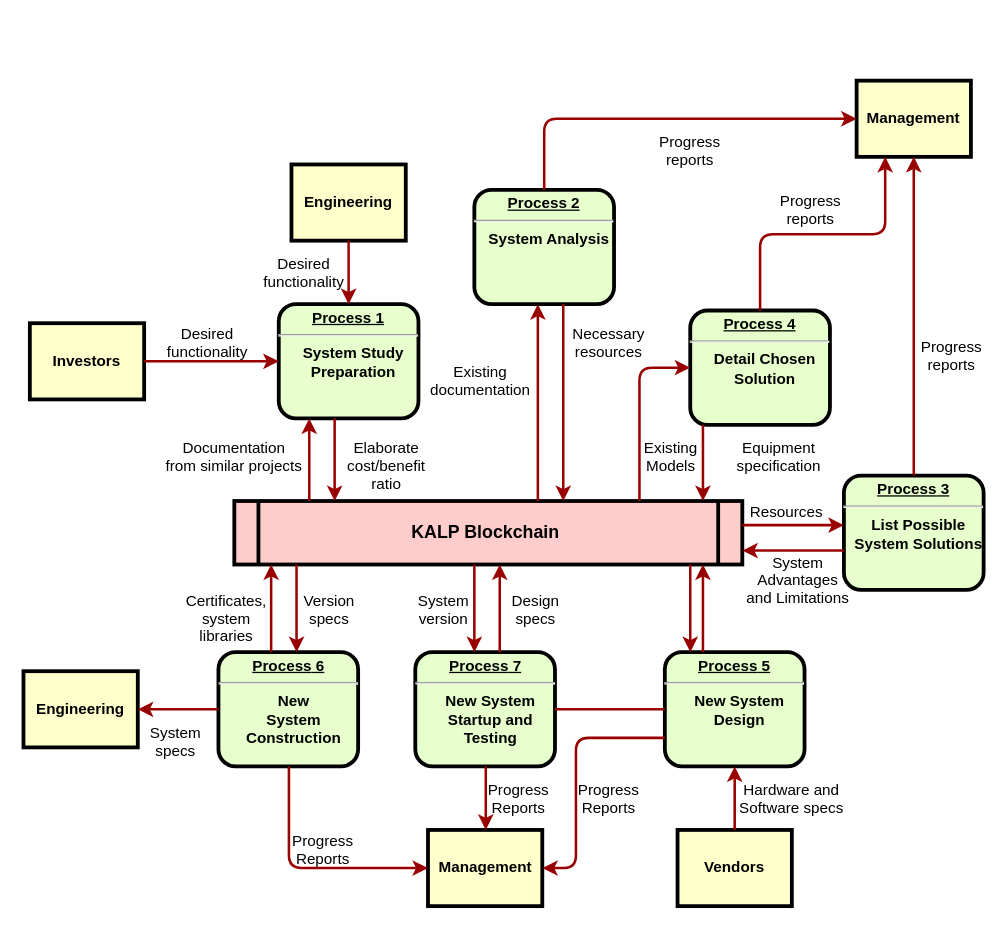
Earlier version of the draw.io diagram Untitled Diagram.drawio (gauravtwr/Kalp). Source tidied: cells renumbered, new cells numbered last; positions are measured from the earlier drawing's top-left corner, leaving out a move shared by most shapes. Both pictures are drawn from the tidied source at 127%, with x=0, y=0 at pixel (23, 80).
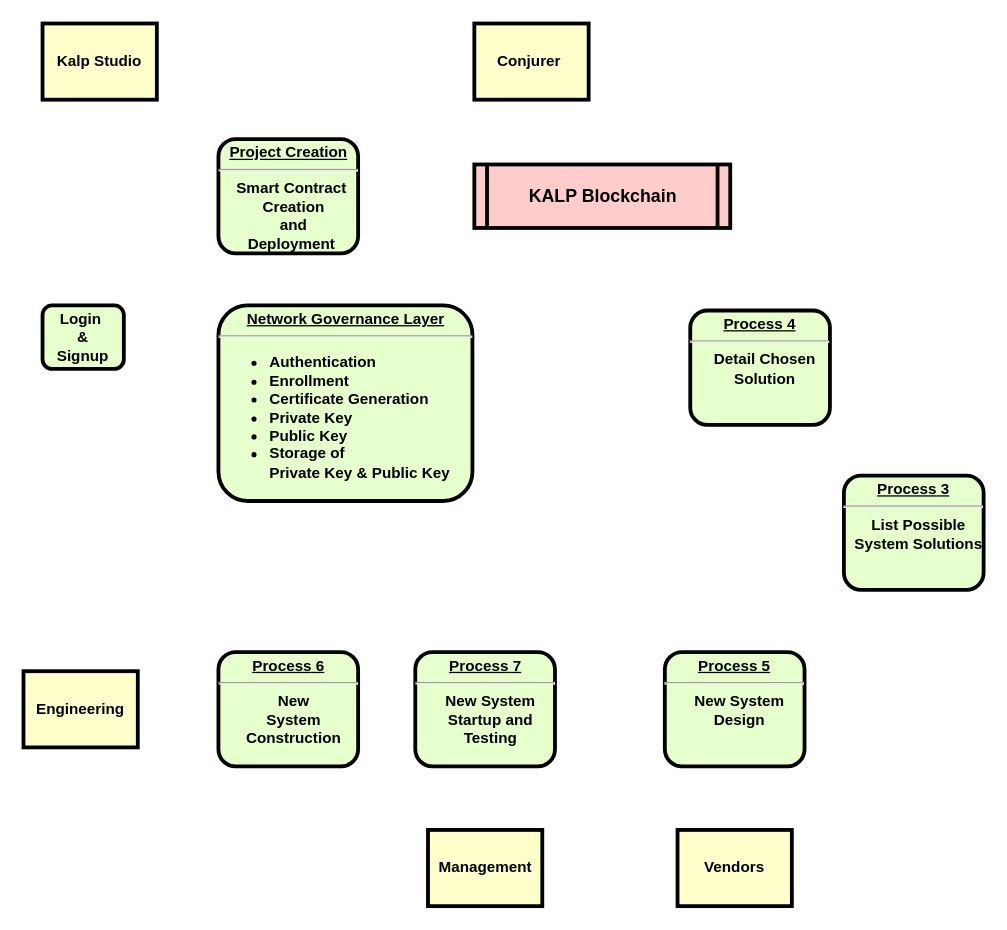
The same page after the edit.

The change refers to these unchanged cells:
```xml
<mxCell id="7" value="&lt;p style=&quot;margin: 0px; margin-top: 4px; text-align: center; text-decoration: underline;&quot;&gt;&lt;strong&gt;&lt;strong&gt;Process&lt;/strong&gt; 3&lt;br /&gt;&lt;/strong&gt;&lt;/p&gt;&lt;hr /&gt;&lt;p style=&quot;margin: 0px; margin-left: 8px;&quot;&gt;List Possible&lt;/p&gt;&lt;p style=&quot;margin: 0px; margin-left: 8px;&quot;&gt;System Solutions&lt;/p&gt;" style="verticalAlign=middle;align=center;overflow=fill;fontSize=12;fontFamily=Helvetica;html=1;rounded=1;fontStyle=1;strokeWidth=3;fillColor=#E6FFCC;" parent="1" vertex="1">
  <mxGeometry x="646" y="311" width="110" height="90" as="geometry" />
</mxCell>
<mxCell id="8" value="&lt;p style=&quot;margin: 0px; margin-top: 4px; text-align: center; text-decoration: underline;&quot;&gt;&lt;strong&gt;&lt;strong&gt;Process&lt;/strong&gt; 4&lt;br /&gt;&lt;/strong&gt;&lt;/p&gt;&lt;hr /&gt;&lt;p style=&quot;margin: 0px; margin-left: 8px;&quot;&gt;Detail Chosen&lt;/p&gt;&lt;p style=&quot;margin: 0px; margin-left: 8px;&quot;&gt;Solution&lt;/p&gt;" style="verticalAlign=middle;align=center;overflow=fill;fontSize=12;fontFamily=Helvetica;html=1;rounded=1;fontStyle=1;strokeWidth=3;fillColor=#E6FFCC;" parent="1" vertex="1">
  <mxGeometry x="525" y="181" width="110" height="90" as="geometry" />
</mxCell>
<mxCell id="9" value="&lt;p style=&quot;margin: 0px; margin-top: 4px; text-align: center; text-decoration: underline;&quot;&gt;&lt;strong&gt;&lt;strong&gt;Process&lt;/strong&gt; 5&lt;br /&gt;&lt;/strong&gt;&lt;/p&gt;&lt;hr /&gt;&lt;p style=&quot;margin: 0px; margin-left: 8px;&quot;&gt;New System&lt;/p&gt;&lt;p style=&quot;margin: 0px; margin-left: 8px;&quot;&gt;Design&lt;/p&gt;" style="verticalAlign=middle;align=center;overflow=fill;fontSize=12;fontFamily=Helvetica;html=1;rounded=1;fontStyle=1;strokeWidth=3;fillColor=#E6FFCC;" parent="1" vertex="1">
  <mxGeometry x="505" y="450" width="110" height="90" as="geometry" />
</mxCell>
<mxCell id="10" value="&lt;p style=&quot;margin: 0px; margin-top: 4px; text-align: center; text-decoration: underline;&quot;&gt;&lt;strong&gt;&lt;strong&gt;Process&lt;/strong&gt; 6&lt;br /&gt;&lt;/strong&gt;&lt;/p&gt;&lt;hr /&gt;&lt;p style=&quot;margin: 0px; margin-left: 8px;&quot;&gt;New&lt;/p&gt;&lt;p style=&quot;margin: 0px; margin-left: 8px;&quot;&gt;System&lt;/p&gt;&lt;p style=&quot;margin: 0px; margin-left: 8px;&quot;&gt;Construction&lt;/p&gt;" style="verticalAlign=middle;align=center;overflow=fill;fontSize=12;fontFamily=Helvetica;html=1;rounded=1;fontStyle=1;strokeWidth=3;fillColor=#E6FFCC;" parent="1" vertex="1">
  <mxGeometry x="153.5" y="450" width="110" height="90" as="geometry" />
</mxCell>
<mxCell id="12" value="Management" style="whiteSpace=wrap;align=center;verticalAlign=middle;fontStyle=1;strokeWidth=3;fillColor=#FFFFCC;" parent="1" vertex="1">
  <mxGeometry x="318.5" y="590" width="90" height="60" as="geometry" />
</mxCell>
<mxCell id="13" value="Engineering" style="whiteSpace=wrap;align=center;verticalAlign=middle;fontStyle=1;strokeWidth=3;fillColor=#FFFFCC;" parent="1" vertex="1">
  <mxGeometry y="465" width="90" height="60" as="geometry" />
</mxCell>
<mxCell id="14" value="Vendors" style="whiteSpace=wrap;align=center;verticalAlign=middle;fontStyle=1;strokeWidth=3;fillColor=#FFFFCC;" parent="1" vertex="1">
  <mxGeometry x="515" y="590" width="90" height="60" as="geometry" />
</mxCell>
<mxCell id="17" value="&lt;p style=&quot;margin: 0px; margin-top: 4px; text-align: center; text-decoration: underline;&quot;&gt;&lt;strong&gt;&lt;strong&gt;Process&lt;/strong&gt; 7&lt;br /&gt;&lt;/strong&gt;&lt;/p&gt;&lt;hr /&gt;&lt;p style=&quot;margin: 0px; margin-left: 8px;&quot;&gt;New System&lt;/p&gt;&lt;p style=&quot;margin: 0px; margin-left: 8px;&quot;&gt;Startup and&lt;/p&gt;&lt;p style=&quot;margin: 0px; margin-left: 8px;&quot;&gt;Testing&lt;/p&gt;" style="verticalAlign=middle;align=center;overflow=fill;fontSize=12;fontFamily=Helvetica;html=1;rounded=1;fontStyle=1;strokeWidth=3;fillColor=#E6FFCC;" parent="1" vertex="1">
  <mxGeometry x="308.5" y="450" width="110" height="90" as="geometry" />
</mxCell>
```

The edit, as a diff of the source:
```diff
@@
-    <mxCell id="2" value="&lt;p style=&quot;margin: 0px; margin-top: 4px; text-align: center; text-decoration: underline;&quot;&gt;&lt;strong&gt;Process 1&lt;br /&gt;&lt;/strong&gt;&lt;/p&gt;&lt;hr /&gt;&lt;p style=&quot;margin: 0px; margin-left: 8px;&quot;&gt;System Study&lt;/p&gt;&lt;p style=&quot;margin: 0px; margin-left: 8px;&quot;&gt;Preparation&lt;/p&gt;" style="verticalAlign=middle;align=center;overflow=fill;fontSize=12;fontFamily=Helvetica;html=1;rounded=1;fontStyle=1;strokeWidth=3;fillColor=#E6FFCC;" parent="1" vertex="1">
-      <mxGeometry x="201" y="176" width="110" height="90" as="geometry" />
+    <mxCell id="2" value="&lt;p style=&quot;margin: 4px 0px 0px;&quot;&gt;&lt;/p&gt;&lt;div style=&quot;&quot;&gt;&lt;span style=&quot;background-color: initial;&quot;&gt;&lt;font style=&quot;font-size: 12px;&quot;&gt;Login&amp;nbsp;&lt;/font&gt;&lt;/span&gt;&lt;/div&gt;&lt;div style=&quot;&quot;&gt;&lt;span style=&quot;background-color: initial;&quot;&gt;&lt;font style=&quot;font-size: 12px;&quot;&gt;&amp;amp;&lt;br&gt;&lt;/font&gt;&lt;/span&gt;&lt;/div&gt;&lt;div style=&quot;&quot;&gt;&lt;span style=&quot;background-color: initial;&quot;&gt;&lt;font style=&quot;font-size: 12px;&quot;&gt;Signup&lt;/font&gt;&lt;/span&gt;&lt;/div&gt;&lt;p&gt;&lt;/p&gt;" style="verticalAlign=middle;align=center;overflow=fill;fontSize=12;fontFamily=Helvetica;html=1;rounded=1;fontStyle=1;strokeWidth=3;fillColor=#E6FFCC;arcSize=15;" parent="1" vertex="1">
+      <mxGeometry x="15" y="177" width="64" height="50" as="geometry" />
     </mxCell>
-    <mxCell id="3" value="Engineering" style="whiteSpace=wrap;align=center;verticalAlign=middle;fontStyle=1;strokeWidth=3;fillColor=#FFFFCC;" parent="1" vertex="1">
-      <mxGeometry x="211" y="66" width="90" height="60" as="geometry" />
-    </mxCell>
-    <mxCell id="4" value="Investors" style="whiteSpace=wrap;align=center;verticalAlign=middle;fontStyle=1;strokeWidth=3;fillColor=#FFFFCC;" parent="1" vertex="1">
-      <mxGeometry x="5" y="191" width="90" height="60" as="geometry" />
+    <mxCell id="4" value="Kalp Studio" style="whiteSpace=wrap;align=center;verticalAlign=middle;fontStyle=1;strokeWidth=3;fillColor=#FFFFCC;" parent="1" vertex="1">
+      <mxGeometry x="15" y="-45" width="90" height="60" as="geometry" />
     </mxCell>
-    <mxCell id="5" value="KALP Blockchain " style="shape=process;whiteSpace=wrap;align=center;verticalAlign=middle;size=0.0475;fontStyle=1;strokeWidth=3;fillColor=#FFCCCC;fontSize=14;" parent="1" vertex="1">
-      <mxGeometry x="166" y="331" width="400" height="50" as="geometry" />
+    <mxCell id="5" value="KALP Blockchain" style="shape=process;whiteSpace=wrap;align=center;verticalAlign=middle;size=0.0475;fontStyle=1;strokeWidth=3;fillColor=#FFCCCC;fontSize=14;" parent="1" vertex="1">
+      <mxGeometry x="355" y="66" width="201.5" height="50" as="geometry" />
     </mxCell>
-    <mxCell id="6" value="&lt;p style=&quot;margin: 0px; margin-top: 4px; text-align: center; text-decoration: underline;&quot;&gt;&lt;strong&gt;Process 2&lt;br /&gt;&lt;/strong&gt;&lt;/p&gt;&lt;hr /&gt;&lt;p style=&quot;margin: 0px; margin-left: 8px;&quot;&gt;System Analysis&lt;/p&gt;" style="verticalAlign=middle;align=center;overflow=fill;fontSize=12;fontFamily=Helvetica;html=1;rounded=1;fontStyle=1;strokeWidth=3;fillColor=#E6FFCC;" parent="1" vertex="1">
-      <mxGeometry x="355" y="86" width="110" height="90" as="geometry" />
+    <mxCell id="6" value="&lt;p style=&quot;margin: 4px 0px 0px; text-decoration: underline;&quot;&gt;&lt;strong&gt;Network Governance Layer&lt;br&gt;&lt;/strong&gt;&lt;/p&gt;&lt;hr&gt;&lt;p style=&quot;margin: 0px 0px 0px 8px;&quot;&gt;&lt;/p&gt;&lt;ul&gt;&lt;li style=&quot;text-align: left;&quot;&gt;Authentication&lt;/li&gt;&lt;li style=&quot;text-align: left;&quot;&gt;Enrollment&amp;nbsp;&lt;/li&gt;&lt;li style=&quot;text-align: left;&quot;&gt;Certificate Generation&lt;/li&gt;&lt;li style=&quot;text-align: left;&quot;&gt;&lt;span style=&quot;background-color: initial;&quot;&gt;Private Key&amp;nbsp;&lt;/span&gt;&lt;/li&gt;&lt;li style=&quot;text-align: left;&quot;&gt;&lt;span style=&quot;background-color: initial;&quot;&gt;Public Key&amp;nbsp;&lt;/span&gt;&lt;/li&gt;&lt;li&gt;&lt;div style=&quot;text-align: left;&quot;&gt;&lt;span style=&quot;background-color: initial;&quot;&gt;Storage of&amp;nbsp;&lt;/span&gt;&lt;/div&gt;&lt;div style=&quot;text-align: left;&quot;&gt;&lt;span style=&quot;background-color: initial;&quot;&gt;Private Key &amp;amp; Public Key&amp;nbsp;&lt;/span&gt;&lt;/div&gt;&lt;/li&gt;&lt;/ul&gt;&lt;p&gt;&lt;/p&gt;" style="verticalAlign=middle;align=center;overflow=fill;fontSize=12;fontFamily=Helvetica;html=1;rounded=1;fontStyle=1;strokeWidth=3;fillColor=#E6FFCC;" parent="1" vertex="1">
+      <mxGeometry x="153.5" y="177" width="200" height="154" as="geometry" />
     </mxCell>
@@
-    <mxCell id="11" value="Management" style="whiteSpace=wrap;align=center;verticalAlign=middle;fontStyle=1;strokeWidth=3;fillColor=#FFFFCC;" parent="1" vertex="1">
-      <mxGeometry x="656" width="90" height="60" as="geometry" />
+    <mxCell id="11" value="Conjurer " style="whiteSpace=wrap;align=center;verticalAlign=middle;fontStyle=1;strokeWidth=3;fillColor=#FFFFCC;" parent="1" vertex="1">
+      <mxGeometry x="355" y="-45" width="90" height="60" as="geometry" />
     </mxCell>
@@
-    <mxCell id="15" style="edgeStyle=none;noEdgeStyle=1;strokeColor=#990000;strokeWidth=2;" parent="1" edge="1" source="3" target="2">
-      <mxGeometry relative="1" as="geometry" />
-    </mxCell>
-    <mxCell id="16" style="edgeStyle=none;noEdgeStyle=1;strokeColor=#990000;strokeWidth=2;" parent="1" edge="1" source="4" target="2">
-      <mxGeometry relative="1" as="geometry" />
-    </mxCell>
@@
-    <mxCell id="18" style="endArrow=none;noEdgeStyle=1;strokeColor=#990000;strokeWidth=2;" parent="1" edge="1" source="9" target="17">
-      <mxGeometry relative="1" as="geometry" />
-    </mxCell>
-    <mxCell id="19" value="Desired &#10;functionality" style="text;spacingTop=-5;align=center;" parent="1" vertex="1">
-      <mxGeometry x="130" y="191" width="30" height="20" as="geometry" />
-    </mxCell>
-    <mxCell id="20" value="Desired &#10;functionality" style="text;spacingTop=-5;align=center;" parent="1" vertex="1">
-      <mxGeometry x="206" y="136" width="30" height="20" as="geometry" />
-    </mxCell>
-    <mxCell id="21" value="Documentation&#10;from similar projects" style="text;spacingTop=-5;align=center;" parent="1" vertex="1">
-      <mxGeometry x="151" y="281" width="30" height="20" as="geometry" />
-    </mxCell>
-    <mxCell id="22" style="edgeStyle=elbowEdgeStyle;elbow=horizontal;strokeColor=#990000;strokeWidth=2;" parent="1" edge="1" source="5" target="2">
-      <mxGeometry relative="1" as="geometry">
-        <Array as="points">
-          <mxPoint x="225" y="310" />
-        </Array>
-      </mxGeometry>
-    </mxCell>
-    <mxCell id="23" style="edgeStyle=elbowEdgeStyle;elbow=horizontal;strokeColor=#990000;strokeWidth=2;" parent="1" edge="1" source="2" target="5">
-      <mxGeometry relative="1" as="geometry">
-        <Array as="points">
-          <mxPoint x="245" y="300" />
-        </Array>
-      </mxGeometry>
-    </mxCell>
-    <mxCell id="24" value="Elaborate&#10;cost/benefit&#10;ratio" style="text;spacingTop=-5;align=center;" parent="1" vertex="1">
-      <mxGeometry x="271" y="281" width="30" height="20" as="geometry" />
-    </mxCell>
-    <mxCell id="25" style="edgeStyle=elbowEdgeStyle;elbow=horizontal;strokeColor=#990000;strokeWidth=2;" parent="1" edge="1" source="5" target="6">
-      <mxGeometry relative="1" as="geometry">
-        <Array as="points">
-          <mxPoint x="405" y="250" />
-        </Array>
-      </mxGeometry>
-    </mxCell>
-    <mxCell id="26" style="edgeStyle=elbowEdgeStyle;elbow=horizontal;strokeColor=#990000;strokeWidth=2;" parent="1" edge="1" source="6" target="5">
-      <mxGeometry relative="1" as="geometry">
-        <Array as="points">
-          <mxPoint x="425" y="260" />
-        </Array>
-      </mxGeometry>
-    </mxCell>
-    <mxCell id="27" value="Existing&#10;documentation" style="text;spacingTop=-5;align=center;" parent="1" vertex="1">
-      <mxGeometry x="345" y="221" width="30" height="20" as="geometry" />
-    </mxCell>
-    <mxCell id="28" value="Necessary&#10;resources" style="text;spacingTop=-5;align=center;" parent="1" vertex="1">
-      <mxGeometry x="446" y="191" width="30" height="20" as="geometry" />
-    </mxCell>
-    <mxCell id="29" value="Progress&#10;reports" style="text;spacingTop=-5;align=center;" parent="1" vertex="1">
-      <mxGeometry x="510" y="40" width="30" height="20" as="geometry" />
-    </mxCell>
-    <mxCell id="30" value="Progress&#10;reports" style="text;spacingTop=-5;align=center;" parent="1" vertex="1">
-      <mxGeometry x="605" y="86" width="30" height="20" as="geometry" />
-    </mxCell>
-    <mxCell id="31" value="Progress&#10;reports" style="text;spacingTop=-5;align=center;" parent="1" vertex="1">
-      <mxGeometry x="716" y="201" width="30" height="20" as="geometry" />
-    </mxCell>
-    <mxCell id="32" style="edgeStyle=elbowEdgeStyle;elbow=horizontal;strokeColor=#990000;strokeWidth=2;" parent="1" edge="1" source="6" target="11">
-      <mxGeometry relative="1" as="geometry">
-        <Array as="points">
-          <mxPoint x="410" y="80" />
-        </Array>
-      </mxGeometry>
-    </mxCell>
-    <mxCell id="33" style="edgeStyle=elbowEdgeStyle;elbow=vertical;entryX=0.25;entryY=1;strokeColor=#990000;strokeWidth=2;" parent="1" edge="1" source="8" target="11">
-      <mxGeometry relative="1" as="geometry" />
-    </mxCell>
-    <mxCell id="34" style="edgeStyle=elbowEdgeStyle;elbow=horizontal;strokeColor=#990000;strokeWidth=2;" parent="1" edge="1" source="7" target="11">
-      <mxGeometry relative="1" as="geometry" />
-    </mxCell>
-    <mxCell id="35" style="edgeStyle=elbowEdgeStyle;elbow=horizontal;strokeColor=#990000;strokeWidth=2;" parent="1" edge="1" source="8" target="5">
-      <mxGeometry relative="1" as="geometry">
-        <Array as="points">
-          <mxPoint x="535" y="300" />
-        </Array>
-      </mxGeometry>
-    </mxCell>
-    <mxCell id="36" style="edgeStyle=segmentEdgeStyle;strokeColor=#990000;strokeWidth=2;" parent="1" edge="1" source="5" target="8">
-      <mxGeometry relative="1" as="geometry">
-        <Array as="points">
-          <mxPoint x="485" y="226" />
-        </Array>
-      </mxGeometry>
-    </mxCell>
-    <mxCell id="37" value="Existing&#10;Models" style="text;spacingTop=-5;align=center;" parent="1" vertex="1">
-      <mxGeometry x="495" y="281" width="30" height="20" as="geometry" />
-    </mxCell>
-    <mxCell id="38" value="Equipment&#10;specification" style="text;spacingTop=-5;align=center;" parent="1" vertex="1">
-      <mxGeometry x="580" y="281" width="30" height="20" as="geometry" />
-    </mxCell>
-    <mxCell id="39" style="edgeStyle=elbowEdgeStyle;elbow=vertical;strokeColor=#990000;strokeWidth=2;" parent="1" edge="1" source="5" target="7">
-      <mxGeometry relative="1" as="geometry">
-        <Array as="points">
-          <mxPoint x="615" y="350" />
-        </Array>
-      </mxGeometry>
-    </mxCell>
-    <mxCell id="40" style="edgeStyle=elbowEdgeStyle;elbow=vertical;strokeColor=#990000;strokeWidth=2;" parent="1" edge="1" source="7" target="5">
-      <mxGeometry relative="1" as="geometry">
-        <Array as="points">
-          <mxPoint x="615" y="370" />
-        </Array>
-      </mxGeometry>
-    </mxCell>
-    <mxCell id="41" value="Resources" style="text;spacingTop=-5;align=center;" parent="1" vertex="1">
-      <mxGeometry x="586" y="331" width="30" height="20" as="geometry" />
-    </mxCell>
-    <mxCell id="42" value="System &#10;Advantages &#10;and Limitations" style="text;spacingTop=-5;align=center;" parent="1" vertex="1">
-      <mxGeometry x="595" y="371" width="30" height="20" as="geometry" />
-    </mxCell>
-    <mxCell id="43" style="edgeStyle=elbowEdgeStyle;elbow=horizontal;strokeColor=#990000;strokeWidth=2;" parent="1" edge="1" source="9" target="5">
-      <mxGeometry relative="1" as="geometry">
-        <Array as="points">
-          <mxPoint x="535" y="410" />
-        </Array>
-      </mxGeometry>
-    </mxCell>
-    <mxCell id="44" style="edgeStyle=elbowEdgeStyle;elbow=horizontal;strokeColor=#990000;strokeWidth=2;" parent="1" edge="1" source="5" target="9">
-      <mxGeometry relative="1" as="geometry">
-        <Array as="points">
-          <mxPoint x="525" y="420" />
-        </Array>
-      </mxGeometry>
-    </mxCell>
-    <mxCell id="45" style="edgeStyle=elbowEdgeStyle;elbow=horizontal;strokeColor=#990000;strokeWidth=2;" parent="1" edge="1" source="14" target="9">
-      <mxGeometry relative="1" as="geometry" />
-    </mxCell>
-    <mxCell id="46" value="Hardware and&#10;Software specs" style="text;spacingTop=-5;align=center;" parent="1" vertex="1">
-      <mxGeometry x="590" y="550" width="30" height="20" as="geometry" />
-    </mxCell>
-    <mxCell id="47" style="edgeStyle=elbowEdgeStyle;elbow=horizontal;exitX=0;exitY=0.75;strokeColor=#990000;strokeWidth=2;" parent="1" edge="1" source="9" target="12">
-      <mxGeometry relative="1" as="geometry">
-        <Array as="points">
-          <mxPoint x="435" y="570" />
-        </Array>
-      </mxGeometry>
-    </mxCell>
-    <mxCell id="48" value="Progress&#10;Reports" style="text;spacingTop=-5;align=center;" parent="1" vertex="1">
-      <mxGeometry x="446" y="550" width="30" height="20" as="geometry" />
-    </mxCell>
-    <mxCell id="49" style="edgeStyle=elbowEdgeStyle;elbow=horizontal;strokeColor=#990000;strokeWidth=2;" parent="1" edge="1" source="17" target="12">
-      <mxGeometry relative="1" as="geometry" />
-    </mxCell>
-    <mxCell id="50" value="Progress&#10;Reports" style="text;spacingTop=-5;align=center;" parent="1" vertex="1">
-      <mxGeometry x="375" y="550" width="30" height="20" as="geometry" />
-    </mxCell>
-    <mxCell id="51" style="edgeStyle=elbowEdgeStyle;elbow=horizontal;strokeColor=#990000;strokeWidth=2;" parent="1" edge="1" source="10" target="12">
-      <mxGeometry relative="1" as="geometry">
-        <Array as="points">
-          <mxPoint x="209" y="570" />
-        </Array>
-      </mxGeometry>
-    </mxCell>
-    <mxCell id="52" value="Progress&#10;Reports" style="text;spacingTop=-5;align=center;" parent="1" vertex="1">
-      <mxGeometry x="221" y="590" width="30" height="20" as="geometry" />
-    </mxCell>
-    <mxCell id="53" style="edgeStyle=elbowEdgeStyle;elbow=vertical;strokeColor=#990000;strokeWidth=2;" parent="1" edge="1" source="10" target="13">
-      <mxGeometry relative="1" as="geometry" />
-    </mxCell>
-    <mxCell id="54" style="edgeStyle=elbowEdgeStyle;elbow=horizontal;strokeColor=#990000;strokeWidth=2;" parent="1" edge="1" source="5" target="17">
-      <mxGeometry relative="1" as="geometry">
-        <Array as="points">
-          <mxPoint x="355" y="410" />
-        </Array>
-      </mxGeometry>
-    </mxCell>
-    <mxCell id="55" style="edgeStyle=elbowEdgeStyle;elbow=horizontal;strokeColor=#990000;strokeWidth=2;" parent="1" edge="1" source="17" target="5">
-      <mxGeometry relative="1" as="geometry">
-        <Array as="points">
-          <mxPoint x="375" y="410" />
-        </Array>
-      </mxGeometry>
-    </mxCell>
-    <mxCell id="56" value="Version&#10;specs" style="text;spacingTop=-5;align=center;" parent="1" vertex="1">
-      <mxGeometry x="226" y="401" width="30" height="20" as="geometry" />
-    </mxCell>
-    <mxCell id="57" value="Certificates,&#10;system&#10;libraries" style="text;spacingTop=-5;align=center;" parent="1" vertex="1">
-      <mxGeometry x="145" y="401" width="30" height="20" as="geometry" />
-    </mxCell>
-    <mxCell id="58" style="edgeStyle=elbowEdgeStyle;elbow=horizontal;strokeColor=#990000;strokeWidth=2;" parent="1" edge="1" source="5" target="10">
-      <mxGeometry relative="1" as="geometry">
-        <Array as="points">
-          <mxPoint x="215" y="410" />
-        </Array>
-      </mxGeometry>
-    </mxCell>
-    <mxCell id="59" style="edgeStyle=elbowEdgeStyle;elbow=horizontal;strokeColor=#990000;strokeWidth=2;" parent="1" edge="1" source="10" target="5">
-      <mxGeometry relative="1" as="geometry">
-        <Array as="points">
-          <mxPoint x="195" y="410" />
-        </Array>
-      </mxGeometry>
-    </mxCell>
-    <mxCell id="60" value="System&#10;specs" style="text;spacingTop=-5;align=center;" parent="1" vertex="1">
-      <mxGeometry x="105" y="505" width="30" height="20" as="geometry" />
-    </mxCell>
-    <mxCell id="61" value="Design&#10;specs" style="text;spacingTop=-5;align=center;" parent="1" vertex="1">
-      <mxGeometry x="388.5" y="401" width="30" height="20" as="geometry" />
-    </mxCell>
-    <mxCell id="62" value="System&#10;version" style="text;spacingTop=-5;align=center;" parent="1" vertex="1">
-      <mxGeometry x="316" y="401" width="30" height="20" as="geometry" />
-    </mxCell>
+    <mxCell id="63" style="edgeStyle=orthogonalEdgeStyle;rounded=0;orthogonalLoop=1;jettySize=auto;html=1;" parent="1" edge="1">
+      <mxGeometry relative="1" as="geometry">
+        <mxPoint x="166" y="381" as="targetPoint" />
+      </mxGeometry>
+    </mxCell>
+    <mxCell id="64" value="&lt;p style=&quot;margin: 0px; margin-top: 4px; text-align: center; text-decoration: underline;&quot;&gt;&lt;strong&gt;Project Creation&lt;br&gt;&lt;/strong&gt;&lt;/p&gt;&lt;hr&gt;&lt;p style=&quot;margin: 0px; margin-left: 8px;&quot;&gt;Smart Contract&amp;nbsp;&lt;br&gt;Creation &lt;br&gt;and &lt;br&gt;Deployment&amp;nbsp;&lt;/p&gt;" style="verticalAlign=middle;align=center;overflow=fill;fontSize=12;fontFamily=Helvetica;html=1;rounded=1;fontStyle=1;strokeWidth=3;fillColor=#E6FFCC;" parent="1" vertex="1">
+      <mxGeometry x="153.5" y="46" width="110" height="90" as="geometry" />
+    </mxCell>
```
